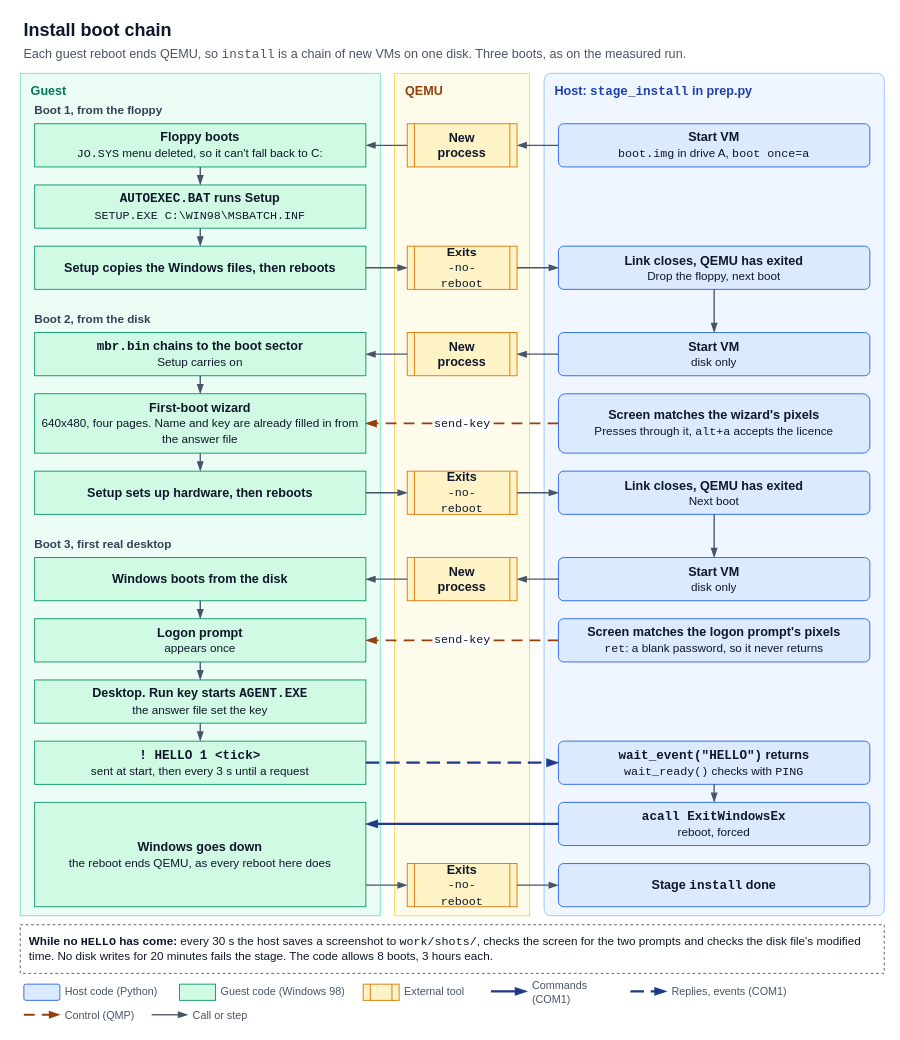
The draw.io diagram docs/diagrams/install-boot-chain.drawio in StanLukuvka/98artware, before the edit. Source tidied: cells renumbered, new cells numbered last; positions are measured from the earlier drawing's top-left corner, leaving out a move shared by most shapes. Both pictures are drawn from the tidied source at 90%, with x=0, y=0 at pixel (20, 15).
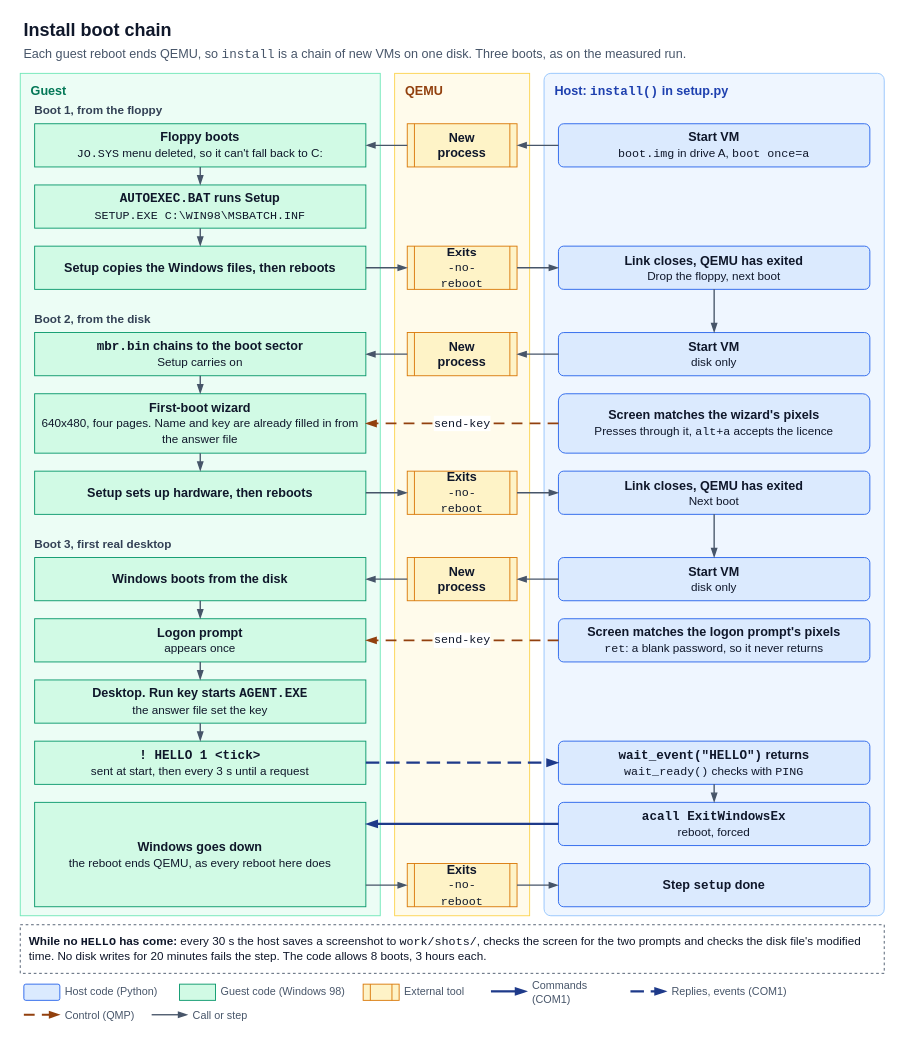
The same diagram, later.

What changed in the source:
```diff
@@
-    <mxCell id="6" value="Host: &lt;font face=&quot;Courier New&quot;&gt;stage_install&lt;/font&gt; in prep.py" style="fillColor=#EFF6FF;strokeColor=#93C5FD;fontColor=#1E40AF;rounded=1;arcSize=2;whiteSpace=wrap;html=1;fontFamily=Helvetica;fontSize=14;fontStyle=1;align=left;verticalAlign=top;spacingLeft=10;spacingTop=4;" parent="1" vertex="1">
+    <mxCell id="6" value="Host: &lt;font face=&quot;Courier New&quot;&gt;install()&lt;/font&gt; in setup.py" style="fillColor=#EFF6FF;strokeColor=#93C5FD;fontColor=#1E40AF;rounded=1;arcSize=2;whiteSpace=wrap;html=1;fontFamily=Helvetica;fontSize=14;fontStyle=1;align=left;verticalAlign=top;spacingLeft=10;spacingTop=4;" parent="1" vertex="1">
       <mxGeometry x="582" y="64" width="378" height="936" as="geometry" />
     </mxCell>
@@
-    <mxCell id="36" value="&lt;b style=&quot;font-size:14px&quot;&gt;Stage &lt;font face=&quot;Courier New&quot;&gt;install&lt;/font&gt; done&lt;/b&gt;" style="rounded=1;arcSize=12;fillColor=#DBEAFE;strokeColor=#2563EB;whiteSpace=wrap;html=1;fontFamily=Helvetica;fontSize=14;fontColor=#0F172A;align=center;verticalAlign=middle;spacing=4;" parent="6" vertex="1">
+    <mxCell id="36" value="&lt;b style=&quot;font-size:14px&quot;&gt;Step &lt;font face=&quot;Courier New&quot;&gt;setup&lt;/font&gt; done&lt;/b&gt;" style="rounded=1;arcSize=12;fillColor=#DBEAFE;strokeColor=#2563EB;whiteSpace=wrap;html=1;fontFamily=Helvetica;fontSize=14;fontColor=#0F172A;align=center;verticalAlign=middle;spacing=4;" parent="6" vertex="1">
       <mxGeometry x="16" y="878" width="346" height="48" as="geometry" />
     </mxCell>
@@
-    <mxCell id="63" value="&lt;b&gt;While no &lt;font face=&quot;Courier New&quot;&gt;HELLO&lt;/font&gt; has come:&lt;/b&gt; every 30 s the host saves a screenshot to &lt;font face=&quot;Courier New&quot;&gt;work/shots/&lt;/font&gt;, checks the screen for the two prompts and checks the disk file's modified time. No disk writes for 20 minutes fails the stage. The code allows 8 boots, 3 hours each." style="rounded=0;fillColor=#FFFFFF;strokeColor=#475569;dashed=1;whiteSpace=wrap;html=1;fontFamily=Helvetica;fontSize=13;fontColor=#0F172A;align=left;verticalAlign=middle;spacingLeft=8;spacingRight=8;" parent="1" vertex="1">
+    <mxCell id="63" value="&lt;b&gt;While no &lt;font face=&quot;Courier New&quot;&gt;HELLO&lt;/font&gt; has come:&lt;/b&gt; every 30 s the host saves a screenshot to &lt;font face=&quot;Courier New&quot;&gt;work/shots/&lt;/font&gt;, checks the screen for the two prompts and checks the disk file's modified time. No disk writes for 20 minutes fails the step. The code allows 8 boots, 3 hours each." style="rounded=0;fillColor=#FFFFFF;strokeColor=#475569;dashed=1;whiteSpace=wrap;html=1;fontFamily=Helvetica;fontSize=13;fontColor=#0F172A;align=left;verticalAlign=middle;spacingLeft=8;spacingRight=8;" parent="1" vertex="1">
       <mxGeometry y="1010" width="960" height="54" as="geometry" />
     </mxCell>
```
